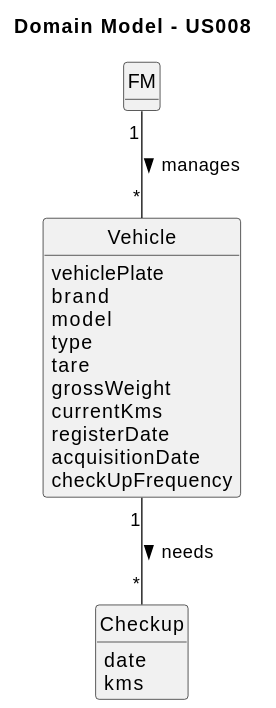
Above: docs/sprintA/us008/02.analysis/svg/us008-domain-model.svg in Departamento-de-Engenharia-Informatica/lei-24-s2-1dm-g132 (PlantUML), before the change.
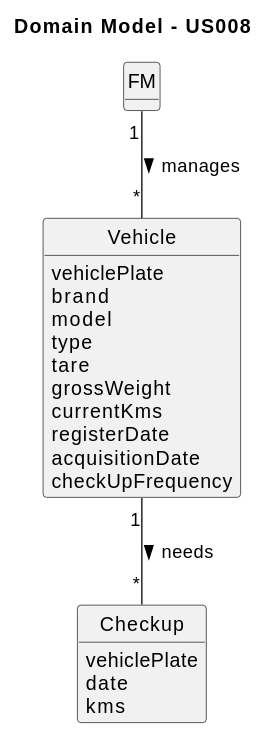
The same diagram one commit later.

Commit message:
US008 domain model update

The edit, as a diff of the source:
```diff
@@ -29,6 +29,7 @@
 }
 
 class Checkup {
+    vehiclePlate
     date
     kms
 }
```
